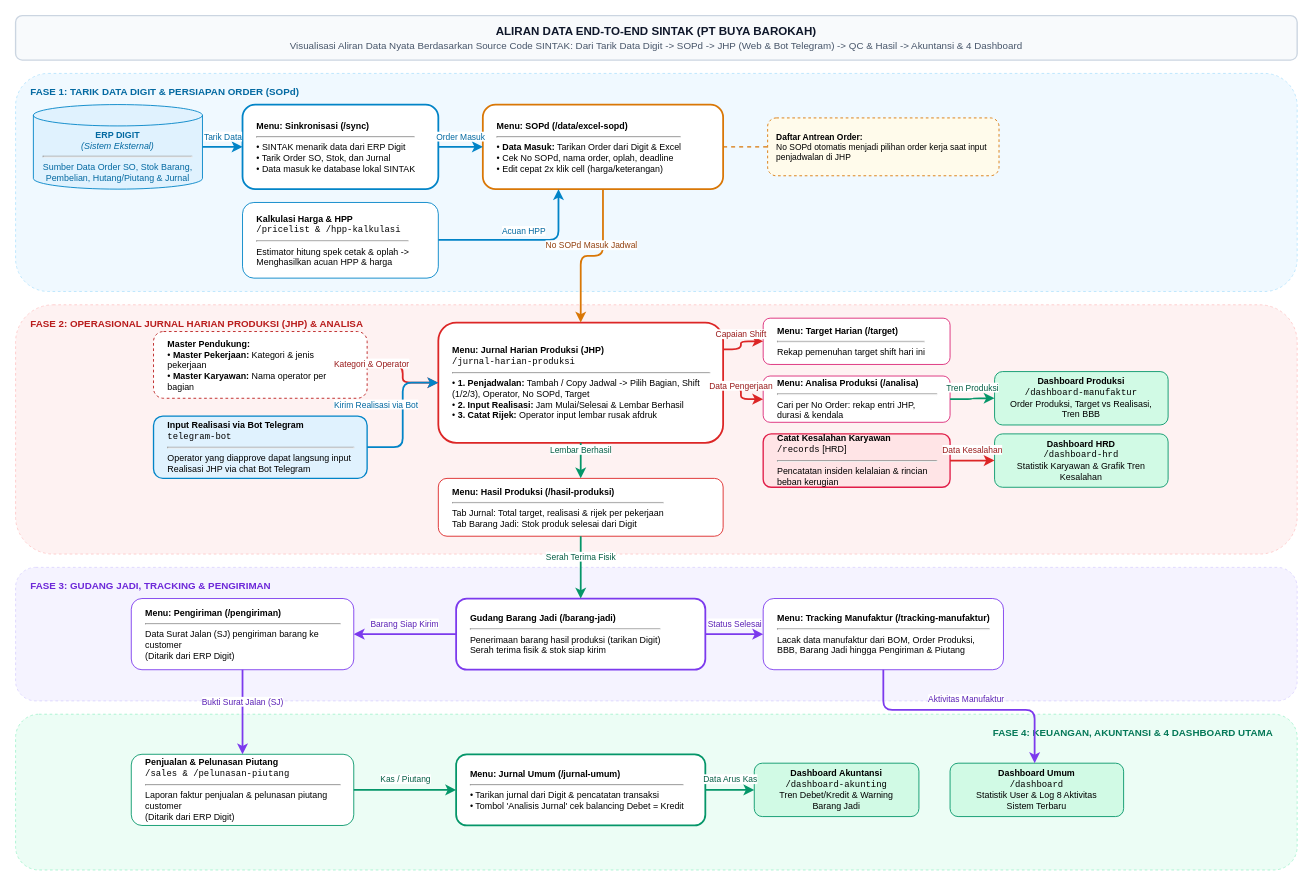
nauval131922-2/sintak_pt_buya_barokah keeps this draw.io diagram as sintak-aliran-data.drawio. Above is the earlier version. Source tidied: cells renumbered, new cells numbered last; positions are measured from the earlier drawing's top-left corner, leaving out a move shared by most shapes. Both pictures are drawn from the tidied source at 89%, with x=0, y=0 at pixel (15, 15).
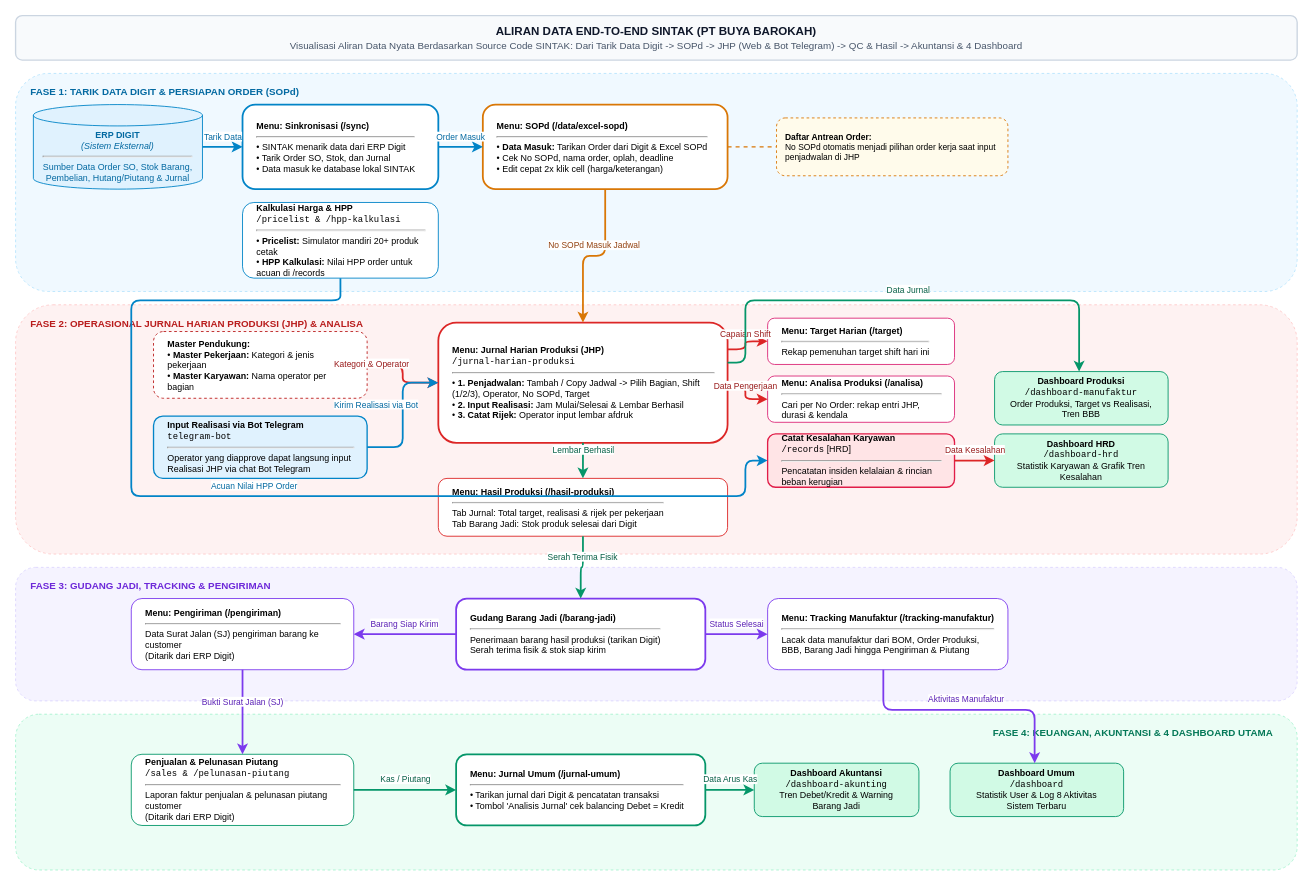
After the change.

Commit message:
docs: hapus panah keliru acuan HPP ke SOPd, sesuaikan murni dengan kode sumber

The change refers to these unchanged cells:
```xml
<mxCell id="17" value="&lt;b&gt;Dashboard Produksi&lt;/b&gt;&lt;br/&gt;&lt;code&gt;/dashboard-manufaktur&lt;/code&gt;&lt;br/&gt;Order Produksi, Target vs Realisasi, Tren BBB" style="rounded=1;whiteSpace=wrap;html=1;fontSize=10;verticalAlign=middle;spacing=6;spacingLeft=10;spacingRight=10;fillColor=#d1fae5;strokeColor=#059669;align=center;" parent="1" vertex="1">
  <mxGeometry x="1100" y="400" width="195" height="60" as="geometry" />
</mxCell>
```

What changed in the source:
```diff
@@
-    <mxCell id="9" value="&lt;b&gt;Kalkulasi Harga &amp;amp; HPP&lt;/b&gt;&lt;br/&gt;&lt;code&gt;/pricelist &amp;amp; /hpp-kalkulasi&lt;/code&gt;&lt;br/&gt;&lt;hr/&gt;Estimator hitung spek cetak &amp;amp; oplah -&gt;&lt;br/&gt;Menghasilkan acuan HPP &amp;amp; harga" style="rounded=1;whiteSpace=wrap;html=1;fontSize=10;verticalAlign=middle;spacing=6;spacingLeft=10;spacingRight=10;fillColor=#ffffff;strokeColor=#0284c7;align=left;" parent="1" vertex="1">
+    <mxCell id="9" value="&lt;b&gt;Kalkulasi Harga &amp;amp; HPP&lt;/b&gt;&lt;br/&gt;&lt;code&gt;/pricelist &amp;amp; /hpp-kalkulasi&lt;/code&gt;&lt;br/&gt;&lt;hr/&gt;• &lt;b&gt;Pricelist:&lt;/b&gt; Simulator mandiri 20+ produk cetak&lt;br/&gt;• &lt;b&gt;HPP Kalkulasi:&lt;/b&gt; Nilai HPP order untuk acuan di /records" style="rounded=1;whiteSpace=wrap;html=1;fontSize=10;verticalAlign=middle;spacing=6;spacingLeft=10;spacingRight=10;fillColor=#ffffff;strokeColor=#0284c7;align=left;" parent="1" vertex="1">
       <mxGeometry x="255" y="210" width="220" height="85" as="geometry" />
     </mxCell>
-    <mxCell id="10" value="&lt;b&gt;Menu: SOPd (/data/excel-sopd)&lt;/b&gt;&lt;br/&gt;&lt;hr/&gt;• &lt;b&gt;Data Masuk:&lt;/b&gt; Tarikan Order dari Digit &amp;amp; Excel&lt;br/&gt;• Cek No SOPd, nama order, oplah, deadline&lt;br/&gt;• Edit cepat 2x klik cell (harga/keterangan)" style="rounded=1;whiteSpace=wrap;html=1;fontSize=10;verticalAlign=middle;spacing=6;spacingLeft=10;spacingRight=10;fillColor=#ffffff;strokeColor=#d97706;strokeWidth=2;align=left;" parent="1" vertex="1">
-      <mxGeometry x="525" y="100" width="270" height="95" as="geometry" />
+    <mxCell id="10" value="&lt;b&gt;Menu: SOPd (/data/excel-sopd)&lt;/b&gt;&lt;br/&gt;&lt;hr/&gt;• &lt;b&gt;Data Masuk:&lt;/b&gt; Tarikan Order dari Digit &amp;amp; Excel SOPd&lt;br/&gt;• Cek No SOPd, nama order, oplah, deadline&lt;br/&gt;• Edit cepat 2x klik cell (harga/keterangan)" style="rounded=1;whiteSpace=wrap;html=1;fontSize=10;verticalAlign=middle;spacing=6;spacingLeft=10;spacingRight=10;fillColor=#ffffff;strokeColor=#d97706;strokeWidth=2;align=left;" parent="1" vertex="1">
+      <mxGeometry x="525" y="100" width="275" height="95" as="geometry" />
     </mxCell>
     <mxCell id="11" value="&lt;b&gt;Daftar Antrean Order:&lt;/b&gt;&lt;br/&gt;No SOPd otomatis menjadi pilihan order kerja saat input penjadwalan di JHP" style="rounded=1;whiteSpace=wrap;html=1;fillColor=#fffbeb;strokeColor=#d97706;fontSize=9.5;align=left;spacingLeft=8;dashed=1;" parent="1" vertex="1">
-      <mxGeometry x="845" y="115" width="260" height="65" as="geometry" />
+      <mxGeometry x="855" y="115" width="260" height="65" as="geometry" />
     </mxCell>
@@
-    <mxCell id="13" value="&lt;b&gt;Menu: Jurnal Harian Produksi (JHP)&lt;/b&gt;&lt;br/&gt;&lt;code&gt;/jurnal-harian-produksi&lt;/code&gt;&lt;br/&gt;&lt;hr/&gt;• &lt;b&gt;1. Penjadwalan:&lt;/b&gt; Tambah / Copy Jadwal -&gt; Pilih Bagian, Shift (1/2/3), Operator, No SOPd, Target&lt;br/&gt;• &lt;b&gt;2. Input Realisasi:&lt;/b&gt; Jam Mulai/Selesai &amp;amp; Lembar Berhasil&lt;br/&gt;• &lt;b&gt;3. Catat Rijek:&lt;/b&gt; Operator input lembar rusak afdruk" style="rounded=1;whiteSpace=wrap;html=1;fontSize=10;verticalAlign=middle;spacing=6;spacingLeft=10;spacingRight=10;fillColor=#ffffff;strokeColor=#dc2626;strokeWidth=2;align=left;" parent="1" vertex="1">
-      <mxGeometry x="475" y="345" width="320" height="135" as="geometry" />
+    <mxCell id="13" value="&lt;b&gt;Menu: Jurnal Harian Produksi (JHP)&lt;/b&gt;&lt;br/&gt;&lt;code&gt;/jurnal-harian-produksi&lt;/code&gt;&lt;br/&gt;&lt;hr/&gt;• &lt;b&gt;1. Penjadwalan:&lt;/b&gt; Tambah / Copy Jadwal -&gt; Pilih Bagian, Shift (1/2/3), Operator, No SOPd, Target&lt;br/&gt;• &lt;b&gt;2. Input Realisasi:&lt;/b&gt; Jam Mulai/Selesai &amp;amp; Lembar Berhasil&lt;br/&gt;• &lt;b&gt;3. Catat Rijek:&lt;/b&gt; Operator input lembar afdruk" style="rounded=1;whiteSpace=wrap;html=1;fontSize=10;verticalAlign=middle;spacing=6;spacingLeft=10;spacingRight=10;fillColor=#ffffff;strokeColor=#dc2626;strokeWidth=2;align=left;" parent="1" vertex="1">
+      <mxGeometry x="475" y="345" width="325" height="135" as="geometry" />
     </mxCell>
@@
     <mxCell id="15" value="&lt;b&gt;Menu: Target Harian (/target)&lt;/b&gt;&lt;br/&gt;&lt;hr/&gt;Rekap pemenuhan target shift hari ini" style="rounded=1;whiteSpace=wrap;html=1;fontSize=10;verticalAlign=middle;spacing=6;spacingLeft=10;spacingRight=10;fillColor=#ffffff;strokeColor=#db2777;align=left;" parent="1" vertex="1">
-      <mxGeometry x="840" y="340" width="210" height="52" as="geometry" />
+      <mxGeometry x="845" y="340" width="210" height="52" as="geometry" />
     </mxCell>
     <mxCell id="16" value="&lt;b&gt;Menu: Analisa Produksi (/analisa)&lt;/b&gt;&lt;br/&gt;&lt;hr/&gt;Cari per No Order: rekap entri JHP, durasi &amp;amp; kendala" style="rounded=1;whiteSpace=wrap;html=1;fontSize=10;verticalAlign=middle;spacing=6;spacingLeft=10;spacingRight=10;fillColor=#ffffff;strokeColor=#db2777;align=left;" parent="1" vertex="1">
-      <mxGeometry x="840" y="405" width="210" height="52" as="geometry" />
+      <mxGeometry x="845" y="405" width="210" height="52" as="geometry" />
     </mxCell>
@@
     <mxCell id="18" value="&lt;b&gt;Catat Kesalahan Karyawan&lt;/b&gt;&lt;br/&gt;&lt;code&gt;/records&lt;/code&gt; [HRD]&lt;br/&gt;&lt;hr/&gt;Pencatatan insiden kelalaian &amp;amp; rincian beban kerugian" style="rounded=1;whiteSpace=wrap;html=1;fontSize=10;verticalAlign=middle;spacing=6;spacingLeft=10;spacingRight=10;fillColor=#ffe4e6;strokeColor=#e11d48;strokeWidth=1.5;align=left;" parent="1" vertex="1">
-      <mxGeometry x="840" y="470" width="210" height="60" as="geometry" />
+      <mxGeometry x="845" y="470" width="210" height="60" as="geometry" />
     </mxCell>
@@
     <mxCell id="20" value="&lt;b&gt;Menu: Hasil Produksi (/hasil-produksi)&lt;/b&gt;&lt;br/&gt;&lt;hr/&gt;Tab Jurnal: Total target, realisasi &amp;amp; rijek per pekerjaan&lt;br/&gt;Tab Barang Jadi: Stok produk selesai dari Digit" style="rounded=1;whiteSpace=wrap;html=1;fontSize=10;verticalAlign=middle;spacing=6;spacingLeft=10;spacingRight=10;fillColor=#ffffff;strokeColor=#dc2626;align=left;" parent="1" vertex="1">
-      <mxGeometry x="475" y="520" width="320" height="65" as="geometry" />
+      <mxGeometry x="475" y="520" width="325" height="65" as="geometry" />
     </mxCell>
@@
     <mxCell id="22" value="&lt;b&gt;Menu: Tracking Manufaktur (/tracking-manufaktur)&lt;/b&gt;&lt;br/&gt;&lt;hr/&gt;Lacak data manufaktur dari BOM, Order Produksi,&lt;br/&gt;BBB, Barang Jadi hingga Pengiriman &amp;amp; Piutang" style="rounded=1;whiteSpace=wrap;html=1;fontSize=10;verticalAlign=middle;spacing=6;spacingLeft=10;spacingRight=10;fillColor=#ffffff;strokeColor=#7c3aed;align=left;" parent="1" vertex="1">
-      <mxGeometry x="840" y="655" width="270" height="80" as="geometry" />
+      <mxGeometry x="845" y="655" width="270" height="80" as="geometry" />
     </mxCell>
@@
-    <mxCell id="30" value="Acuan HPP" style="edgeStyle=orthogonalEdgeStyle;rounded=1;jettySize=auto;html=1;strokeColor=#0284c7;strokeWidth=2;endArrow=classic;endFill=1;fontSize=9.5;fontColor=#0369a1;labelBackgroundColor=#ffffff;" parent="1" edge="1" source="9" target="10">
+    <mxCell id="30" value="Acuan Nilai HPP Order" style="edgeStyle=orthogonalEdgeStyle;rounded=1;jettySize=auto;html=1;strokeColor=#0284c7;strokeWidth=2;endArrow=classic;endFill=1;fontSize=9.5;fontColor=#0369a1;labelBackgroundColor=#ffffff;" parent="1" edge="1" source="9" target="18">
       <mxGeometry relative="1" as="geometry">
         <Array as="points">
-          <mxPoint x="475" y="252" />
-          <mxPoint x="610" y="252" />
-          <mxPoint x="610" y="195" />
+          <mxPoint x="365" y="300" />
+          <mxPoint x="365" y="320" />
+          <mxPoint x="130" y="320" />
+          <mxPoint x="130" y="540" />
+          <mxPoint x="820" y="540" />
+          <mxPoint x="820" y="500" />
         </Array>
-        <mxPoint y="-10" as="offset" />
+        <mxPoint y="-12" as="offset" />
       </mxGeometry>
     </mxCell>
@@
     <mxCell id="35" value="Capaian Shift" style="edgeStyle=orthogonalEdgeStyle;rounded=1;jettySize=auto;html=1;strokeColor=#dc2626;strokeWidth=2;endArrow=classic;endFill=1;fontSize=9.5;fontColor=#991b1b;labelBackgroundColor=#ffffff;" parent="1" edge="1" source="13" target="15">
       <mxGeometry relative="1" as="geometry">
         <Array as="points">
-          <mxPoint x="795" y="375" />
-          <mxPoint x="815" y="375" />
-          <mxPoint x="815" y="366" />
+          <mxPoint x="800" y="375" />
+          <mxPoint x="820" y="375" />
+          <mxPoint x="820" y="366" />
         </Array>
         <mxPoint y="-10" as="offset" />
       </mxGeometry>
     </mxCell>
     <mxCell id="36" value="Data Pengerjaan" style="edgeStyle=orthogonalEdgeStyle;rounded=1;jettySize=auto;html=1;strokeColor=#dc2626;strokeWidth=2;endArrow=classic;endFill=1;fontSize=9.5;fontColor=#991b1b;labelBackgroundColor=#ffffff;" parent="1" edge="1" source="13" target="16">
       <mxGeometry relative="1" as="geometry">
         <Array as="points">
-          <mxPoint x="795" y="415" />
-          <mxPoint x="815" y="415" />
-          <mxPoint x="815" y="431" />
+          <mxPoint x="800" y="415" />
+          <mxPoint x="820" y="415" />
+          <mxPoint x="820" y="431" />
         </Array>
         <mxPoint y="-10" as="offset" />
       </mxGeometry>
     </mxCell>
-    <mxCell id="37" value="Tren Produksi" style="edgeStyle=orthogonalEdgeStyle;rounded=1;jettySize=auto;html=1;strokeColor=#059669;strokeWidth=2;endArrow=classic;endFill=1;fontSize=9.5;fontColor=#065f46;labelBackgroundColor=#ffffff;" parent="1" edge="1" source="16" target="17">
+    <mxCell id="37" value="Data Jurnal" style="edgeStyle=orthogonalEdgeStyle;rounded=1;jettySize=auto;html=1;strokeColor=#059669;strokeWidth=2;endArrow=classic;endFill=1;fontSize=9.5;fontColor=#065f46;labelBackgroundColor=#ffffff;" parent="1" edge="1" source="13" target="17">
       <mxGeometry relative="1" as="geometry">
+        <Array as="points">
+          <mxPoint x="800" y="390" />
+          <mxPoint x="820" y="390" />
+          <mxPoint x="820" y="320" />
+          <mxPoint x="1195" y="320" />
+          <mxPoint x="1195" y="400" />
+        </Array>
         <mxPoint y="-12" as="offset" />
       </mxGeometry>
     </mxCell>
```
